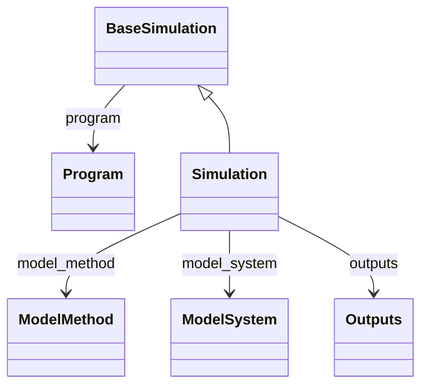
Before: docs/assets/diagrams/simulation_0.png, a diagram exported from Mermaid (FAIRmat-NFDI/nomad-simulations). Its source is kept beside it as docs/assets/diagrams/simulation_0.png.mmd.
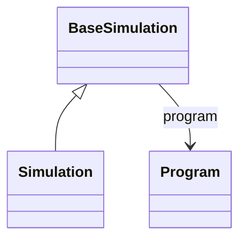
After the change.

Diff of the diagram source:
```diff
@@ -1,12 +1,6 @@
 classDiagram
     class BaseSimulation
-    class ModelMethod
-    class ModelSystem
-    class Outputs
     class Program
     class Simulation
     BaseSimulation <|-- Simulation
     BaseSimulation --> Program : program
-    Simulation --> ModelMethod : model_method
-    Simulation --> ModelSystem : model_system
-    Simulation --> Outputs : outputs
```
